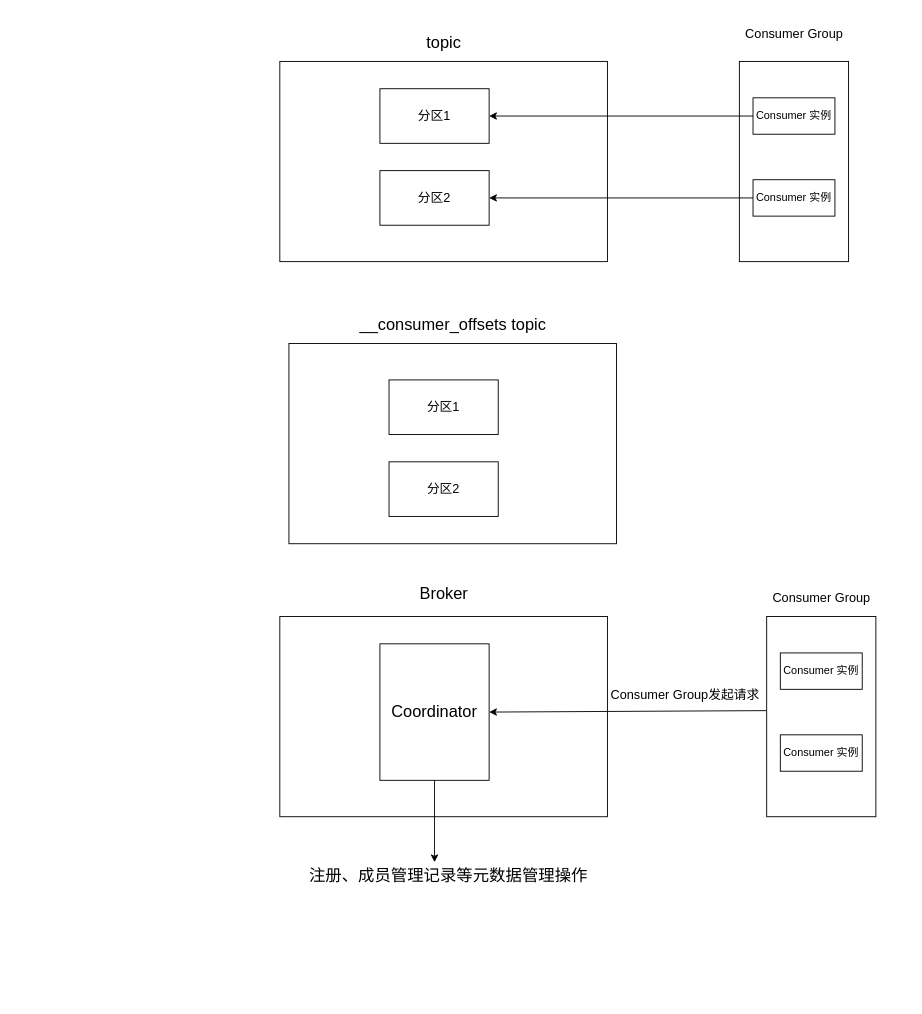
Before: drawio/mq/kafka/kafka-rebalance.drawio in guitarock/my-pics, a draw.io diagram. Source tidied: cells renumbered, new cells numbered last; positions are measured from the earlier drawing's top-left corner, leaving out a move shared by most shapes. Both pictures are drawn from the tidied source at 91%, with x=0, y=0 at pixel (279, 15).
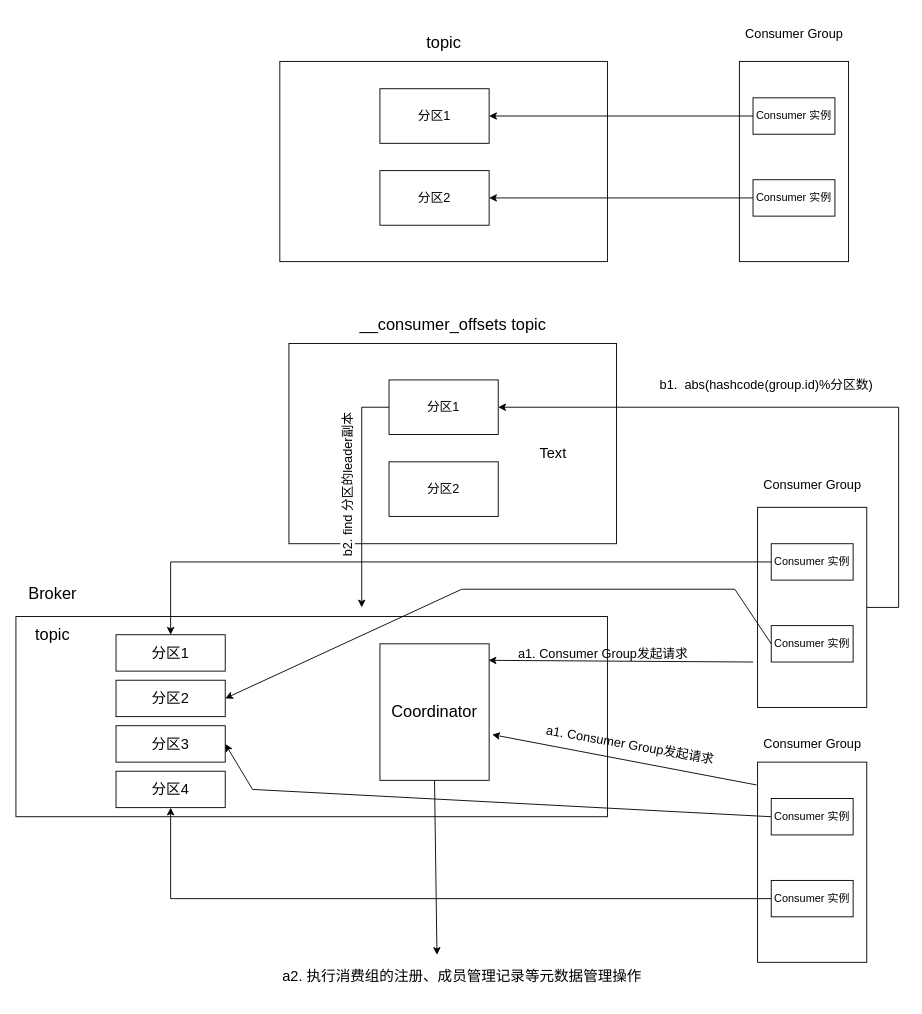
Above is the later version.

The change refers to these unchanged cells:
```xml
<mxCell id="17" value="&lt;article data-content=&quot;[{&amp;quot;type&amp;quot;:&amp;quot;block&amp;quot;,&amp;quot;id&amp;quot;:&amp;quot;EV1N-1661261909076&amp;quot;,&amp;quot;name&amp;quot;:&amp;quot;paragraph&amp;quot;,&amp;quot;data&amp;quot;:{&amp;quot;version&amp;quot;:1},&amp;quot;nodes&amp;quot;:[{&amp;quot;type&amp;quot;:&amp;quot;text&amp;quot;,&amp;quot;id&amp;quot;:&amp;quot;Siz3-1661261909075&amp;quot;,&amp;quot;leaves&amp;quot;:[{&amp;quot;text&amp;quot;:&amp;quot;Coordinator&amp;quot;,&amp;quot;marks&amp;quot;:[{&amp;quot;type&amp;quot;:&amp;quot;fontSize&amp;quot;,&amp;quot;value&amp;quot;:18}]}]}],&amp;quot;state&amp;quot;:{}}]&quot;&gt;&lt;div style=&quot;line-height: 1.75; text-align: left;&quot;&gt;&lt;span style=&quot;font-size: 18px;&quot;&gt;Coordinator&lt;/span&gt;&lt;/div&gt;&lt;/article&gt;" style="rounded=0;whiteSpace=wrap;html=1;fontSize=14;" parent="1" vertex="1">
  <mxGeometry x="110" y="690" width="120" height="150" as="geometry" />
</mxCell>
<mxCell id="25" value="分区1" style="rounded=0;whiteSpace=wrap;html=1;fontSize=14;" parent="1" vertex="1">
  <mxGeometry x="120" y="400" width="120" height="60" as="geometry" />
</mxCell>
```

The edit, as a diff of the source:
```diff
@@
     <mxCell id="12" style="rounded=0;whiteSpace=wrap;html=1;" parent="1" vertex="1">
-      <mxGeometry x="535" y="660" width="120" height="220" as="geometry" />
+      <mxGeometry x="525" y="540" width="120" height="220" as="geometry" />
     </mxCell>
     <mxCell id="13" style="rounded=0;whiteSpace=wrap;html=1;" parent="1" vertex="1">
-      <mxGeometry y="660" width="360" height="220" as="geometry" />
+      <mxGeometry x="-290" y="660" width="650" height="220" as="geometry" />
     </mxCell>
     <mxCell id="14" value="&lt;span style=&quot;text-align: left;&quot;&gt;Consumer 实例&lt;/span&gt;" style="rounded=0;whiteSpace=wrap;html=1;" parent="1" vertex="1">
-      <mxGeometry x="550" y="790" width="90" height="40" as="geometry" />
+      <mxGeometry x="540" y="670" width="90" height="40" as="geometry" />
     </mxCell>
     <mxCell id="15" value="&lt;span style=&quot;text-align: left;&quot;&gt;Consumer 实例&lt;/span&gt;" style="rounded=0;whiteSpace=wrap;html=1;" parent="1" vertex="1">
-      <mxGeometry x="550" y="700" width="90" height="40" as="geometry" />
+      <mxGeometry x="540" y="580" width="90" height="40" as="geometry" />
     </mxCell>
     <mxCell id="16" value="&lt;article data-content=&quot;[{&amp;quot;type&amp;quot;:&amp;quot;block&amp;quot;,&amp;quot;id&amp;quot;:&amp;quot;pvip-1661261883332&amp;quot;,&amp;quot;name&amp;quot;:&amp;quot;paragraph&amp;quot;,&amp;quot;data&amp;quot;:{&amp;quot;version&amp;quot;:1},&amp;quot;nodes&amp;quot;:[{&amp;quot;type&amp;quot;:&amp;quot;text&amp;quot;,&amp;quot;id&amp;quot;:&amp;quot;5fh9-1661261883331&amp;quot;,&amp;quot;leaves&amp;quot;:[{&amp;quot;text&amp;quot;:&amp;quot;Consumer&amp;nbsp;Group&amp;quot;,&amp;quot;marks&amp;quot;:[{&amp;quot;type&amp;quot;:&amp;quot;fontSize&amp;quot;,&amp;quot;value&amp;quot;:18}]}]}],&amp;quot;state&amp;quot;:{}}]&quot;&gt;&lt;div style=&quot;line-height: 1.75; text-align: left;&quot;&gt;&lt;font style=&quot;font-size: 14px;&quot;&gt;Consumer Group&lt;/font&gt;&lt;/div&gt;&lt;/article&gt;" style="text;html=1;align=center;verticalAlign=middle;fillColor=none;strokeColor=none;rounded=0;" parent="1" vertex="1">
-      <mxGeometry x="530" y="620" width="130" height="40" as="geometry" />
+      <mxGeometry x="520" y="495" width="130" height="40" as="geometry" />
     </mxCell>
@@
     <mxCell id="18" value="&lt;article data-content=&quot;[{&amp;quot;type&amp;quot;:&amp;quot;block&amp;quot;,&amp;quot;id&amp;quot;:&amp;quot;EV1N-1661261909076&amp;quot;,&amp;quot;name&amp;quot;:&amp;quot;paragraph&amp;quot;,&amp;quot;data&amp;quot;:{&amp;quot;version&amp;quot;:1},&amp;quot;nodes&amp;quot;:[{&amp;quot;type&amp;quot;:&amp;quot;text&amp;quot;,&amp;quot;id&amp;quot;:&amp;quot;Siz3-1661261909075&amp;quot;,&amp;quot;leaves&amp;quot;:[{&amp;quot;text&amp;quot;:&amp;quot;Broker&amp;quot;,&amp;quot;marks&amp;quot;:[{&amp;quot;type&amp;quot;:&amp;quot;fontSize&amp;quot;,&amp;quot;value&amp;quot;:18}]}]}],&amp;quot;state&amp;quot;:{}}]&quot;&gt;&lt;div style=&quot;line-height: 1.75; font-size: 14px; text-align: left;&quot;&gt;&lt;span style=&quot;font-size: 18px;&quot;&gt;Broker&lt;/span&gt;&lt;/div&gt;&lt;/article&gt;" style="text;html=1;align=center;verticalAlign=middle;fillColor=none;strokeColor=none;rounded=0;fontSize=12;" parent="1" vertex="1">
-      <mxGeometry x="140" y="610" width="80" height="50" as="geometry" />
+      <mxGeometry x="-290" y="610" width="80" height="50" as="geometry" />
     </mxCell>
-    <mxCell id="19" value="&lt;article data-content=&quot;[{&amp;quot;type&amp;quot;:&amp;quot;block&amp;quot;,&amp;quot;id&amp;quot;:&amp;quot;EV1N-1661261909076&amp;quot;,&amp;quot;name&amp;quot;:&amp;quot;paragraph&amp;quot;,&amp;quot;data&amp;quot;:{&amp;quot;version&amp;quot;:1},&amp;quot;nodes&amp;quot;:[{&amp;quot;type&amp;quot;:&amp;quot;text&amp;quot;,&amp;quot;id&amp;quot;:&amp;quot;Siz3-1661261909075&amp;quot;,&amp;quot;leaves&amp;quot;:[{&amp;quot;text&amp;quot;:&amp;quot;注册、成员管理记录等元数据管理操作&amp;quot;,&amp;quot;marks&amp;quot;:[{&amp;quot;type&amp;quot;:&amp;quot;fontSize&amp;quot;,&amp;quot;value&amp;quot;:18}]}]}],&amp;quot;state&amp;quot;:{}}]&quot;&gt;&lt;div style=&quot;line-height: 1.75; font-size: 14px; text-align: left;&quot;&gt;&lt;span style=&quot;font-size: 18px;&quot;&gt;注册、成员管理记录等元数据管理操作&lt;/span&gt;&lt;/div&gt;&lt;/article&gt;" style="text;html=1;align=center;verticalAlign=middle;points=[];fillColor=none;strokeColor=none;rounded=0;fontSize=18;" parent="1" vertex="1">
-      <mxGeometry x="20" y="920" width="330" height="50" as="geometry" />
+    <mxCell id="19" value="&lt;article data-content=&quot;[{&amp;quot;type&amp;quot;:&amp;quot;block&amp;quot;,&amp;quot;id&amp;quot;:&amp;quot;EV1N-1661261909076&amp;quot;,&amp;quot;name&amp;quot;:&amp;quot;paragraph&amp;quot;,&amp;quot;data&amp;quot;:{&amp;quot;version&amp;quot;:1},&amp;quot;nodes&amp;quot;:[{&amp;quot;type&amp;quot;:&amp;quot;text&amp;quot;,&amp;quot;id&amp;quot;:&amp;quot;Siz3-1661261909075&amp;quot;,&amp;quot;leaves&amp;quot;:[{&amp;quot;text&amp;quot;:&amp;quot;注册、成员管理记录等元数据管理操作&amp;quot;,&amp;quot;marks&amp;quot;:[{&amp;quot;type&amp;quot;:&amp;quot;fontSize&amp;quot;,&amp;quot;value&amp;quot;:18}]}]}],&amp;quot;state&amp;quot;:{}}]&quot;&gt;&lt;div style=&quot;line-height: 1.75; text-align: left;&quot;&gt;&lt;font style=&quot;font-size: 16px;&quot;&gt;a2. 执行消费组的注册、成员管理记录等元数据管理操作&lt;/font&gt;&lt;/div&gt;&lt;/article&gt;" style="text;html=1;align=center;verticalAlign=middle;points=[];fillColor=none;strokeColor=none;rounded=0;fontSize=18;" parent="1" vertex="1">
+      <mxGeometry x="-10" y="1030" width="420" height="50" as="geometry" />
     </mxCell>
-    <mxCell id="20" value="&lt;article data-content=&quot;[{&amp;quot;type&amp;quot;:&amp;quot;block&amp;quot;,&amp;quot;id&amp;quot;:&amp;quot;EV1N-1661261909076&amp;quot;,&amp;quot;name&amp;quot;:&amp;quot;paragraph&amp;quot;,&amp;quot;data&amp;quot;:{&amp;quot;version&amp;quot;:1},&amp;quot;nodes&amp;quot;:[{&amp;quot;type&amp;quot;:&amp;quot;text&amp;quot;,&amp;quot;id&amp;quot;:&amp;quot;Siz3-1661261909075&amp;quot;,&amp;quot;leaves&amp;quot;:[{&amp;quot;text&amp;quot;:&amp;quot;注册、成员管理记录等元数据管理操作&amp;quot;,&amp;quot;marks&amp;quot;:[{&amp;quot;type&amp;quot;:&amp;quot;fontSize&amp;quot;,&amp;quot;value&amp;quot;:18}]}]}],&amp;quot;state&amp;quot;:{}}]&quot;&gt;&lt;div style=&quot;line-height: 1.75; text-align: left;&quot;&gt;&lt;font style=&quot;font-size: 14px;&quot;&gt;&lt;span style=&quot;background-color: initial;&quot;&gt;Consumer Group&lt;/span&gt;发起请求&lt;/font&gt;&lt;/div&gt;&lt;/article&gt;" style="text;html=1;align=center;verticalAlign=middle;fillColor=none;strokeColor=none;rounded=0;fontSize=18;" parent="1" vertex="1">
-      <mxGeometry x="350" y="720" width="190" height="50" as="geometry" />
+    <mxCell id="20" value="&lt;article data-content=&quot;[{&amp;quot;type&amp;quot;:&amp;quot;block&amp;quot;,&amp;quot;id&amp;quot;:&amp;quot;EV1N-1661261909076&amp;quot;,&amp;quot;name&amp;quot;:&amp;quot;paragraph&amp;quot;,&amp;quot;data&amp;quot;:{&amp;quot;version&amp;quot;:1},&amp;quot;nodes&amp;quot;:[{&amp;quot;type&amp;quot;:&amp;quot;text&amp;quot;,&amp;quot;id&amp;quot;:&amp;quot;Siz3-1661261909075&amp;quot;,&amp;quot;leaves&amp;quot;:[{&amp;quot;text&amp;quot;:&amp;quot;注册、成员管理记录等元数据管理操作&amp;quot;,&amp;quot;marks&amp;quot;:[{&amp;quot;type&amp;quot;:&amp;quot;fontSize&amp;quot;,&amp;quot;value&amp;quot;:18}]}]}],&amp;quot;state&amp;quot;:{}}]&quot;&gt;&lt;div style=&quot;line-height: 1.75; text-align: left;&quot;&gt;&lt;font style=&quot;font-size: 14px;&quot;&gt;&lt;span style=&quot;background-color: initial;&quot;&gt;a1. Consumer Group&lt;/span&gt;发起请求&lt;/font&gt;&lt;/div&gt;&lt;/article&gt;" style="text;html=1;align=center;verticalAlign=middle;fillColor=none;strokeColor=none;rounded=0;fontSize=18;rotation=0;" parent="1" vertex="1">
+      <mxGeometry x="250" y="675" width="210" height="50" as="geometry" />
     </mxCell>
-    <mxCell id="21" style="endArrow=classic;html=1;rounded=0;fontSize=18;entryX=1;entryY=0.5;entryDx=0;entryDy=0;exitX=-0.002;exitY=0.47;exitDx=0;exitDy=0;exitPerimeter=0;" parent="1" edge="1" source="12" target="17">
-      <mxGeometry relative="1" as="geometry" />
+    <mxCell id="21" style="endArrow=classic;html=1;rounded=0;fontSize=18;entryX=0.995;entryY=0.121;entryDx=0;entryDy=0;entryPerimeter=0;" parent="1" edge="1" target="17">
+      <mxGeometry relative="1" as="geometry">
+        <mxPoint x="520" y="710" as="sourcePoint" />
+      </mxGeometry>
     </mxCell>
-    <mxCell id="22" style="endArrow=classic;html=1;rounded=0;fontSize=14;" parent="1" edge="1">
+    <mxCell id="22" style="endArrow=classic;html=1;rounded=0;fontSize=14;entryX=0.435;entryY=0.036;entryDx=0;entryDy=0;entryPerimeter=0;" parent="1" edge="1" target="19">
       <mxGeometry relative="1" as="geometry">
         <mxPoint x="170" y="840" as="sourcePoint" />
-        <mxPoint x="170" y="930" as="targetPoint" />
       </mxGeometry>
     </mxCell>
@@
+    <mxCell id="27" style="rounded=0;whiteSpace=wrap;html=1;" parent="1" vertex="1">
+      <mxGeometry x="525" y="820" width="120" height="220" as="geometry" />
+    </mxCell>
+    <mxCell id="28" value="&lt;span style=&quot;text-align: left;&quot;&gt;Consumer 实例&lt;/span&gt;" style="rounded=0;whiteSpace=wrap;html=1;" parent="1" vertex="1">
+      <mxGeometry x="540" y="950" width="90" height="40" as="geometry" />
+    </mxCell>
+    <mxCell id="29" value="&lt;span style=&quot;text-align: left;&quot;&gt;Consumer 实例&lt;/span&gt;" style="rounded=0;whiteSpace=wrap;html=1;" parent="1" vertex="1">
+      <mxGeometry x="540" y="860" width="90" height="40" as="geometry" />
+    </mxCell>
+    <mxCell id="30" value="&lt;article data-content=&quot;[{&amp;quot;type&amp;quot;:&amp;quot;block&amp;quot;,&amp;quot;id&amp;quot;:&amp;quot;pvip-1661261883332&amp;quot;,&amp;quot;name&amp;quot;:&amp;quot;paragraph&amp;quot;,&amp;quot;data&amp;quot;:{&amp;quot;version&amp;quot;:1},&amp;quot;nodes&amp;quot;:[{&amp;quot;type&amp;quot;:&amp;quot;text&amp;quot;,&amp;quot;id&amp;quot;:&amp;quot;5fh9-1661261883331&amp;quot;,&amp;quot;leaves&amp;quot;:[{&amp;quot;text&amp;quot;:&amp;quot;Consumer&amp;nbsp;Group&amp;quot;,&amp;quot;marks&amp;quot;:[{&amp;quot;type&amp;quot;:&amp;quot;fontSize&amp;quot;,&amp;quot;value&amp;quot;:18}]}]}],&amp;quot;state&amp;quot;:{}}]&quot;&gt;&lt;div style=&quot;line-height: 1.75; text-align: left;&quot;&gt;&lt;font style=&quot;font-size: 14px;&quot;&gt;Consumer Group&lt;/font&gt;&lt;/div&gt;&lt;/article&gt;" style="text;html=1;align=center;verticalAlign=middle;fillColor=none;strokeColor=none;rounded=0;" parent="1" vertex="1">
+      <mxGeometry x="520" y="780" width="130" height="40" as="geometry" />
+    </mxCell>
+    <mxCell id="31" style="endArrow=classic;html=1;rounded=0;fontSize=18;exitX=-0.01;exitY=0.114;exitDx=0;exitDy=0;exitPerimeter=0;entryX=1.028;entryY=0.665;entryDx=0;entryDy=0;entryPerimeter=0;" parent="1" edge="1" source="27" target="17">
+      <mxGeometry relative="1" as="geometry" />
+    </mxCell>
+    <mxCell id="32" value="&lt;article data-content=&quot;[{&amp;quot;type&amp;quot;:&amp;quot;block&amp;quot;,&amp;quot;id&amp;quot;:&amp;quot;EV1N-1661261909076&amp;quot;,&amp;quot;name&amp;quot;:&amp;quot;paragraph&amp;quot;,&amp;quot;data&amp;quot;:{&amp;quot;version&amp;quot;:1},&amp;quot;nodes&amp;quot;:[{&amp;quot;type&amp;quot;:&amp;quot;text&amp;quot;,&amp;quot;id&amp;quot;:&amp;quot;Siz3-1661261909075&amp;quot;,&amp;quot;leaves&amp;quot;:[{&amp;quot;text&amp;quot;:&amp;quot;注册、成员管理记录等元数据管理操作&amp;quot;,&amp;quot;marks&amp;quot;:[{&amp;quot;type&amp;quot;:&amp;quot;fontSize&amp;quot;,&amp;quot;value&amp;quot;:18}]}]}],&amp;quot;state&amp;quot;:{}}]&quot;&gt;&lt;div style=&quot;line-height: 1.75; text-align: left;&quot;&gt;&lt;font style=&quot;font-size: 14px;&quot;&gt;&lt;span style=&quot;background-color: initial;&quot;&gt;a1. Consumer Group&lt;/span&gt;发起请求&lt;/font&gt;&lt;/div&gt;&lt;/article&gt;" style="text;html=1;align=center;verticalAlign=middle;fillColor=none;strokeColor=none;rounded=0;fontSize=18;rotation=10;" parent="1" vertex="1">
+      <mxGeometry x="280" y="775" width="210" height="50" as="geometry" />
+    </mxCell>
+    <mxCell id="33" value="&lt;font style=&quot;font-size: 18px;&quot;&gt;topic&lt;/font&gt;" style="text;html=1;align=center;verticalAlign=middle;fillColor=none;strokeColor=none;rounded=0;fontSize=12;" parent="1" vertex="1">
+      <mxGeometry x="-280" y="660" width="60" height="40" as="geometry" />
+    </mxCell>
+    <mxCell id="34" style="edgeStyle=none;jettySize=auto;html=1;rounded=0;fontSize=14;exitX=1;exitY=0.5;exitDx=0;exitDy=0;" parent="1" edge="1" source="12" target="25">
+      <mxGeometry relative="1" as="geometry">
+        <Array as="points">
+          <mxPoint x="680" y="650" />
+          <mxPoint x="680" y="430" />
+        </Array>
+      </mxGeometry>
+    </mxCell>
+    <mxCell id="35" value="&lt;span style=&quot;background-color: rgb(255, 255, 255);&quot;&gt;b1.&amp;nbsp; abs(&lt;/span&gt;&lt;span style=&quot;background-color: rgb(255, 255, 255);&quot;&gt;hashcode(&lt;/span&gt;&lt;span style=&quot;background-color: rgb(255, 255, 255); text-align: left;&quot;&gt;group.id&lt;/span&gt;&lt;span style=&quot;background-color: rgb(255, 255, 255);&quot;&gt;)%分区数&lt;/span&gt;&lt;span style=&quot;background-color: rgb(255, 255, 255);&quot;&gt;)&lt;/span&gt;" style="text;html=1;strokeColor=none;fillColor=none;align=center;verticalAlign=middle;whiteSpace=wrap;rounded=0;fontSize=14;" parent="1" vertex="1">
+      <mxGeometry x="410" y="390" width="250" height="30" as="geometry" />
+    </mxCell>
+    <mxCell id="36" style="edgeStyle=none;jettySize=auto;html=1;rounded=0;fontSize=14;exitX=0;exitY=0.5;exitDx=0;exitDy=0;" parent="1" edge="1" source="25">
+      <mxGeometry relative="1" as="geometry">
+        <mxPoint x="90" y="650" as="targetPoint" />
+        <Array as="points">
+          <mxPoint x="90" y="430" />
+        </Array>
+      </mxGeometry>
+    </mxCell>
+    <mxCell id="37" value="&lt;span style=&quot;background-color: rgb(255, 255, 255);&quot;&gt;b2. find 分区的leader副本&lt;/span&gt;" style="text;html=1;strokeColor=none;fillColor=none;align=center;verticalAlign=middle;whiteSpace=wrap;rounded=0;fontSize=14;rotation=-90;" parent="1" vertex="1">
+      <mxGeometry x="-40" y="500" width="230" height="30" as="geometry" />
+    </mxCell>
+    <mxCell id="38" value="分区1" style="rounded=0;whiteSpace=wrap;html=1;fontSize=16;" parent="1" vertex="1">
+      <mxGeometry x="-180" y="680" width="120" height="40" as="geometry" />
+    </mxCell>
+    <mxCell id="39" value="分区2" style="rounded=0;whiteSpace=wrap;html=1;fontSize=16;" parent="1" vertex="1">
+      <mxGeometry x="-180" y="730" width="120" height="40" as="geometry" />
+    </mxCell>
+    <mxCell id="40" value="分区3" style="rounded=0;whiteSpace=wrap;html=1;fontSize=16;" parent="1" vertex="1">
+      <mxGeometry x="-180" y="780" width="120" height="40" as="geometry" />
+    </mxCell>
+    <mxCell id="41" value="分区4" style="rounded=0;whiteSpace=wrap;html=1;fontSize=16;" parent="1" vertex="1">
+      <mxGeometry x="-180" y="830" width="120" height="40" as="geometry" />
+    </mxCell>
+    <mxCell id="42" style="edgeStyle=none;jettySize=auto;html=1;rounded=0;fontSize=16;entryX=0.5;entryY=0;entryDx=0;entryDy=0;exitX=0;exitY=0.5;exitDx=0;exitDy=0;" parent="1" edge="1" source="15" target="38">
+      <mxGeometry relative="1" as="geometry">
+        <Array as="points">
+          <mxPoint x="-120" y="600" />
+        </Array>
+      </mxGeometry>
+    </mxCell>
+    <mxCell id="43" style="edgeStyle=none;jettySize=auto;html=1;rounded=0;fontSize=16;entryX=1;entryY=0.5;entryDx=0;entryDy=0;exitX=0;exitY=0.5;exitDx=0;exitDy=0;" parent="1" edge="1" source="14" target="39">
+      <mxGeometry relative="1" as="geometry">
+        <Array as="points">
+          <mxPoint x="500" y="630" />
+          <mxPoint x="200" y="630" />
+        </Array>
+      </mxGeometry>
+    </mxCell>
+    <mxCell id="44" style="edgeStyle=none;jettySize=auto;html=1;rounded=0;fontSize=16;exitX=0;exitY=0.5;exitDx=0;exitDy=0;entryX=0.5;entryY=1;entryDx=0;entryDy=0;" parent="1" edge="1" source="28" target="41">
+      <mxGeometry relative="1" as="geometry">
+        <Array as="points">
+          <mxPoint x="-120" y="970" />
+        </Array>
+      </mxGeometry>
+    </mxCell>
+    <mxCell id="45" style="edgeStyle=none;jettySize=auto;html=1;rounded=0;fontSize=16;entryX=1;entryY=0.5;entryDx=0;entryDy=0;exitX=0;exitY=0.5;exitDx=0;exitDy=0;" parent="1" edge="1" source="29" target="40">
+      <mxGeometry relative="1" as="geometry">
+        <Array as="points">
+          <mxPoint x="-30" y="850" />
+        </Array>
+      </mxGeometry>
+    </mxCell>
+    <mxCell id="46" value="Text" style="text;html=1;align=center;verticalAlign=middle;fillColor=none;strokeColor=none;rounded=0;fontSize=16;" parent="1" vertex="1">
+      <mxGeometry x="280" y="470" width="40" height="20" as="geometry" />
+    </mxCell>
```
